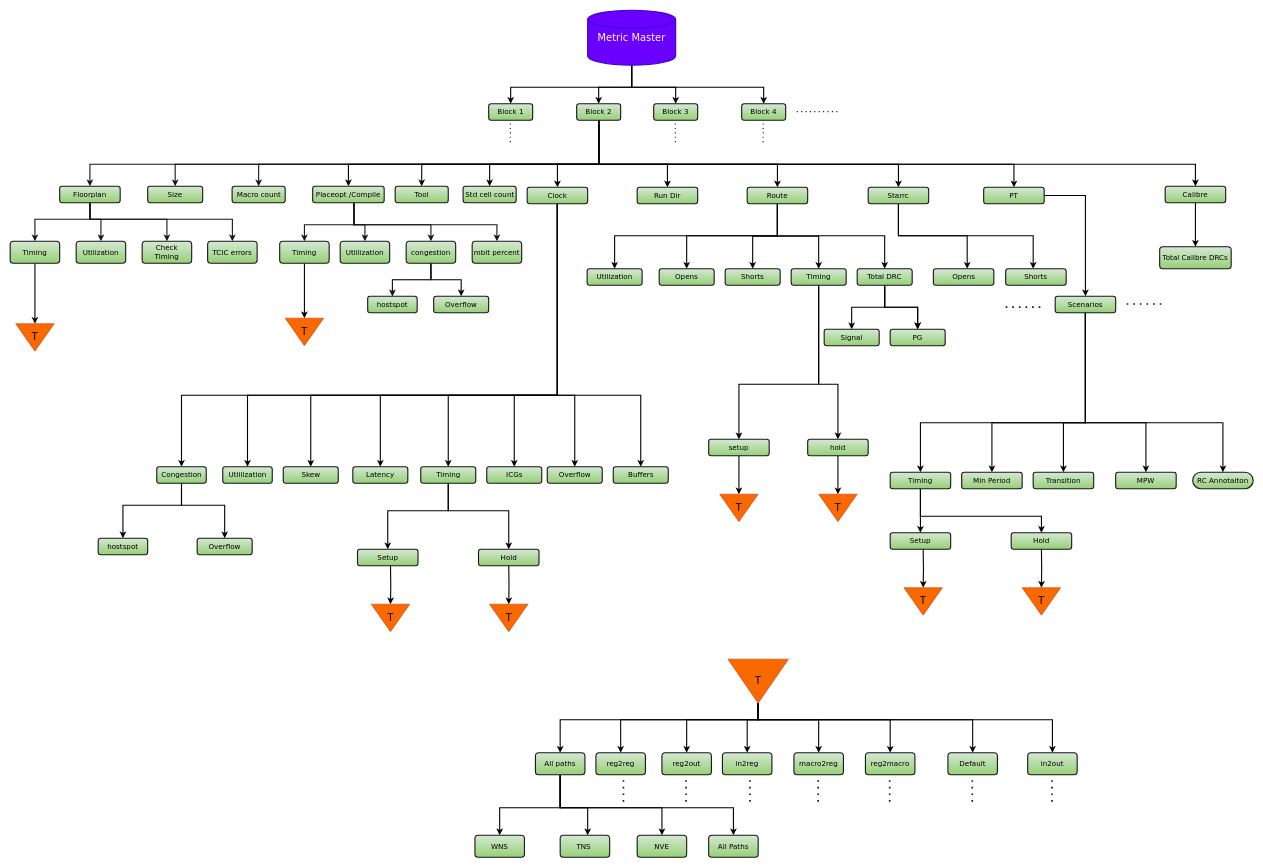
Above: metric_mater_ER.drawio in Jairamh/hello-world (draw.io), before the change. Source tidied: cells renumbered, new cells numbered last; positions are measured from the earlier drawing's top-left corner, leaving out a move shared by most shapes. Both pictures are drawn from the tidied source at 55%, with x=0, y=0 at pixel (10, 10).
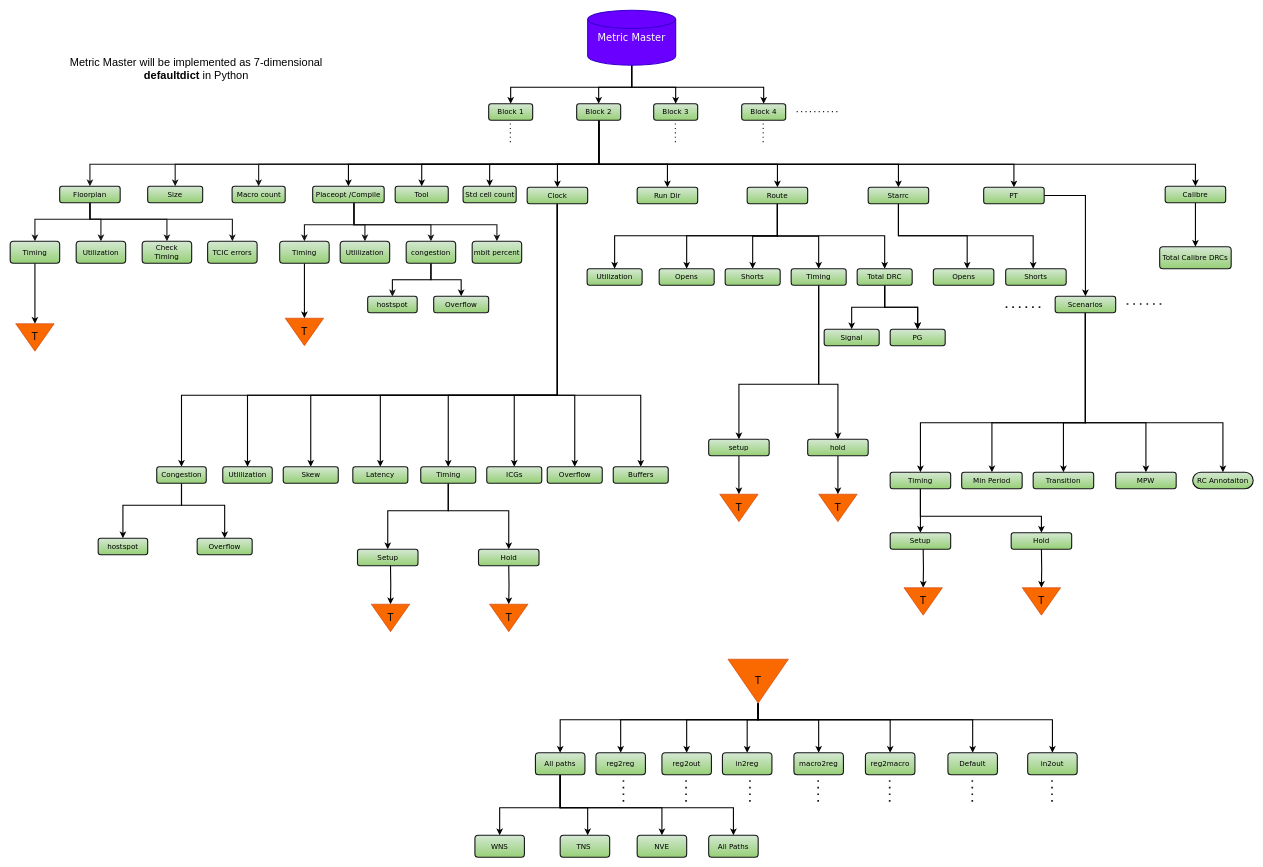
The same diagram, later.

Change to the diagram source:
```diff
@@
+    <mxCell id="176" value="&lt;font style=&quot;font-size: 20px;&quot;&gt;Metric Master will be implemented as 7-dimensional &lt;b&gt;defaultdict&lt;/b&gt; in Python&lt;/font&gt;" style="text;html=1;strokeColor=none;fillColor=none;align=center;verticalAlign=middle;whiteSpace=wrap;rounded=0;" parent="1" vertex="1">
+      <mxGeometry x="94" y="54" width="489" height="103" as="geometry" />
+    </mxCell>
```
